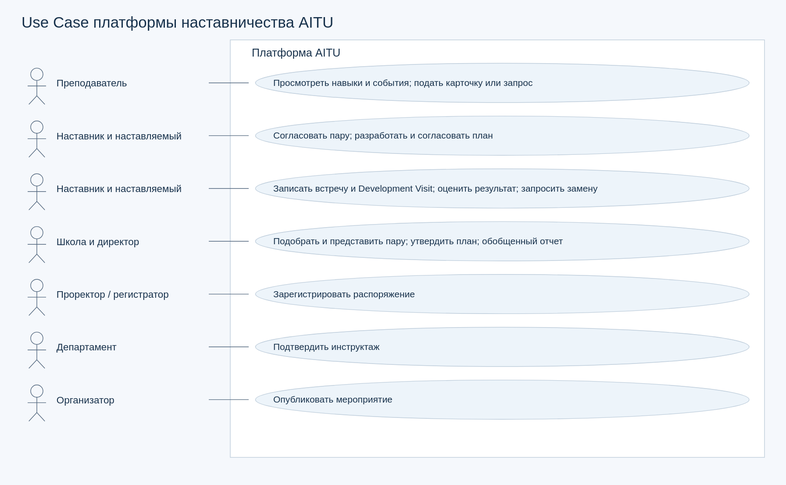
Before: diagrams/exports/use-cases.svg, a diagram exported from PlantUML (krna-tul/Diploma_Project_TulegenovaKM). Its source is kept beside it as diagrams/source/use-cases.puml. The source it was exported from:
```plantuml
@startuml
left to right direction
actor "Преподаватель" as Teacher
actor "Наставник" as Mentor
actor "Наставляемый" as Mentee
actor "Школа и директор" as School
actor "Проректор / регистратор" as Rector
actor "Департамент" as Department
actor "Организатор" as Organizer
Mentor --|> Teacher
Mentee --|> Teacher
rectangle "Платформа AITU" {
 usecase "Просмотреть навыки и события" as Catalog
 usecase "Подать карточку / запрос" as Apply
 usecase "Согласовать пару" as Consent
 usecase "Подобрать и представить пару" as Match
 usecase "Зарегистрировать распоряжение" as Appoint
 usecase "Разработать и согласовать план" as Plan
 usecase "Утвердить план" as Approve
 usecase "Записать встречу и Development Visit" as Visit
 usecase "Оценить результат / запросить замену" as Evaluate
 usecase "Получить обобщенный отчет" as Report
 usecase "Подтвердить инструктаж" as Training
 usecase "Опубликовать мероприятие" as Event
}
Teacher --> Catalog
Teacher --> Apply
Mentor --> Consent
Mentee --> Consent
School --> Match
Rector --> Appoint
Mentor --> Plan
Mentee --> Plan
School --> Approve
Mentor --> Visit
Mentee --> Visit
Teacher --> Evaluate
School --> Report
Department --> Training
Organizer --> Event
@enduml
```
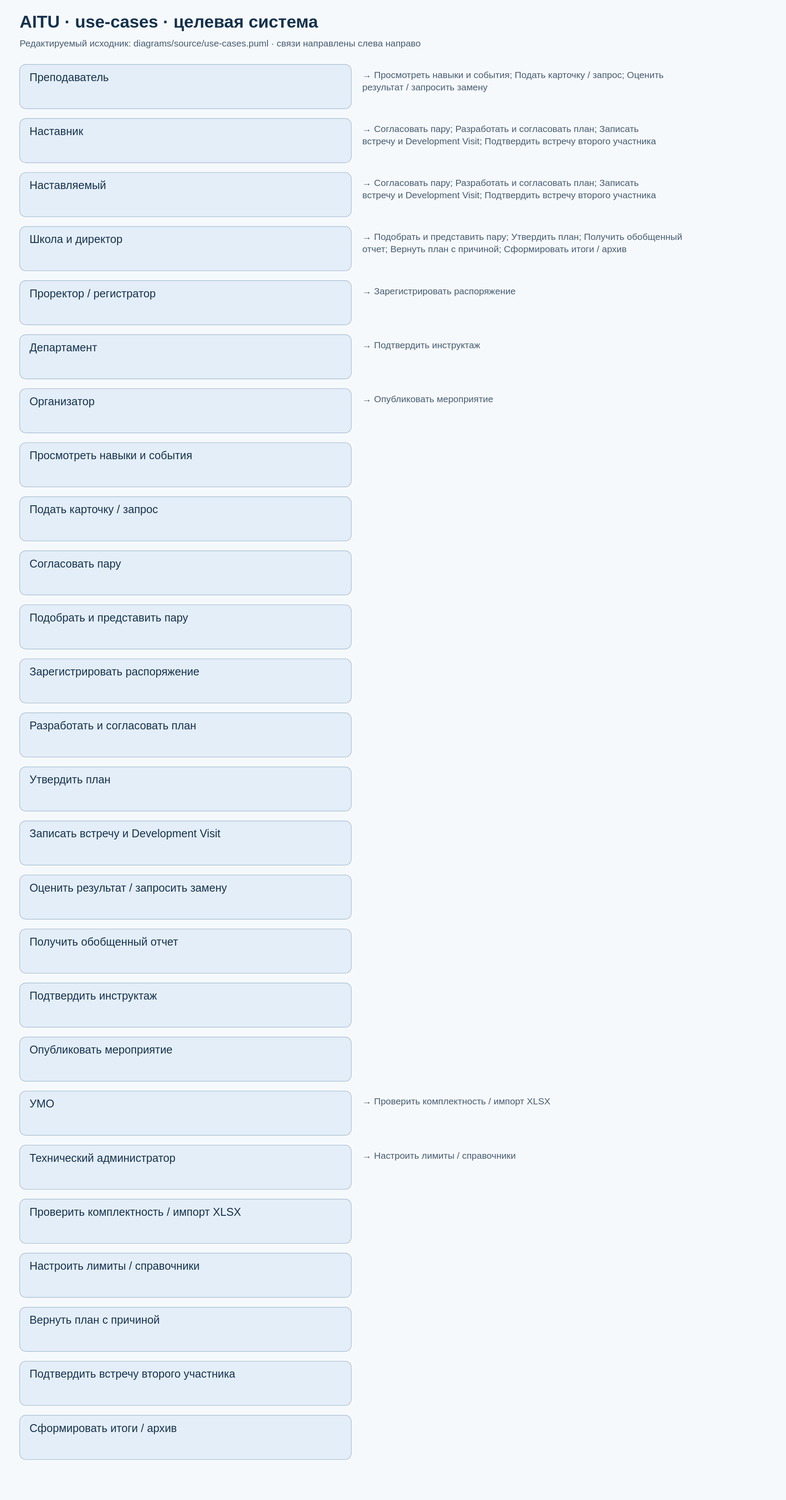
After the commit.

Change to the diagram source:
```diff
@@ -38,4 +38,17 @@
 School --> Report
 Department --> Training
 Organizer --> Event
+actor "УМО" as UMO
+actor "Технический администратор" as Admin
+usecase "Проверить комплектность / импорт XLSX" as Import
+usecase "Настроить лимиты / справочники" as Configure
+usecase "Вернуть план с причиной" as ReturnPlan
+usecase "Подтвердить встречу второго участника" as Confirm
+usecase "Сформировать итоги / архив" as Archive
+UMO --> Import
+Admin --> Configure
+School --> ReturnPlan
+Mentor --> Confirm
+Mentee --> Confirm
+School --> Archive
 @enduml
```
